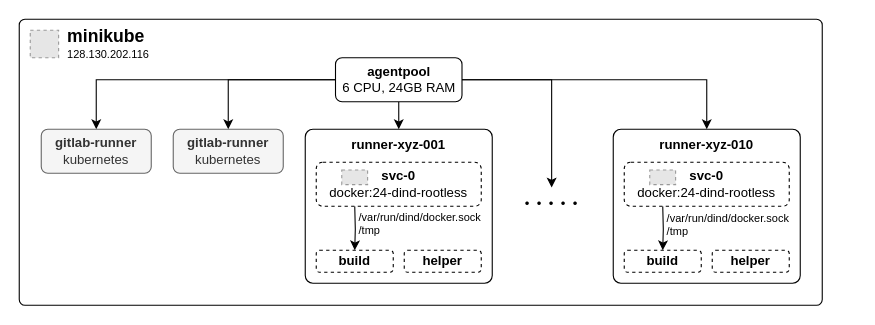
Before: page "Gitlab Runner" (7 of 8) of .docs/images/architecture.drawio in DBRepo-Project/dbrepo, a draw.io diagram. Source tidied: cells renumbered, new cells numbered last; positions are measured from the earlier drawing's top-left corner, leaving out a move shared by most shapes. Both pictures are drawn from the tidied source at 110%, with x=0, y=0 at pixel (19, 19). Pictures stored in the file or linked from it are replaced by grey dashed boxes.
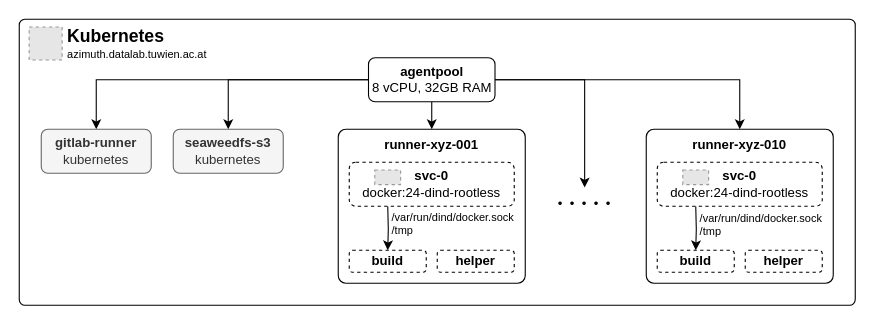
The same diagram, later.

The change refers to these unchanged cells:
```xml
<mxCell id="14" value="&lt;b&gt;runner-xyz-001&lt;/b&gt;" style="rounded=1;whiteSpace=wrap;html=1;verticalAlign=top;arcSize=5;" parent="13" vertex="1">
  <mxGeometry width="170" height="140" as="geometry" />
</mxCell>
```

The edit, as a diff of the source:
```diff
@@
     <mxCell id="2" style="rounded=1;whiteSpace=wrap;html=1;arcSize=2;" parent="1" vertex="1">
-      <mxGeometry width="730" height="260" as="geometry" />
+      <mxGeometry width="760" height="260" as="geometry" />
     </mxCell>
-    <mxCell id="3" value="minikube" style="text;html=1;strokeColor=none;fillColor=none;align=left;verticalAlign=middle;whiteSpace=wrap;rounded=0;fontSize=16;fontStyle=1;" parent="1" vertex="1">
+    <mxCell id="3" value="Kubernetes" style="text;html=1;strokeColor=none;fillColor=none;align=left;verticalAlign=middle;whiteSpace=wrap;rounded=0;fontSize=16;fontStyle=1;" parent="1" vertex="1">
       <mxGeometry x="42" y="10" width="110" height="10" as="geometry" />
     </mxCell>
-    <mxCell id="4" value="&lt;font style=&quot;font-weight: normal; font-size: 10px;&quot;&gt;128.130.202.116&lt;/font&gt;" style="text;html=1;strokeColor=none;fillColor=none;align=left;verticalAlign=middle;whiteSpace=wrap;rounded=0;fontSize=16;fontStyle=1;" parent="1" vertex="1">
+    <mxCell id="4" value="&lt;font style=&quot;font-weight: normal; font-size: 10px;&quot;&gt;azimuth.datalab.tuwien.ac.at&lt;/font&gt;" style="text;html=1;strokeColor=none;fillColor=none;align=left;verticalAlign=middle;whiteSpace=wrap;rounded=0;fontSize=16;fontStyle=1;" parent="1" vertex="1">
       <mxGeometry x="42" y="25" width="110" height="10" as="geometry" />
     </mxCell>
@@
     <mxCell id="7" style="edgeStyle=orthogonalEdgeStyle;rounded=0;jettySize=auto;html=1;exitX=0.5;exitY=1;exitDx=0;exitDy=0;" parent="1" edge="1" source="10" target="14">
       <mxGeometry relative="1" as="geometry">
         <Array as="points">
-          <mxPoint x="345" y="84" />
-          <mxPoint x="345" y="84" />
+          <mxPoint x="375" y="84" />
+          <mxPoint x="375" y="84" />
         </Array>
       </mxGeometry>
     </mxCell>
@@
-    <mxCell id="10" value="&lt;b&gt;agentpool&lt;/b&gt;&lt;br&gt;6 CPU, 24GB RAM" style="rounded=1;whiteSpace=wrap;html=1;" parent="1" vertex="1">
-      <mxGeometry x="287.5" y="35" width="115" height="40" as="geometry" />
+    <mxCell id="10" value="&lt;b&gt;agentpool&lt;/b&gt;&lt;br&gt;8 vCPU, 32GB RAM" style="rounded=1;whiteSpace=wrap;html=1;" parent="1" vertex="1">
+      <mxGeometry x="317.5" y="35" width="115" height="40" as="geometry" />
     </mxCell>
@@
-    <mxCell id="12" value="&lt;b&gt;gitlab-runner&lt;/b&gt;&lt;br&gt;kubernetes" style="rounded=1;whiteSpace=wrap;html=1;fillColor=#f5f5f5;fontColor=#333333;strokeColor=#666666;" parent="1" vertex="1">
+    <mxCell id="12" value="&lt;b&gt;seaweedfs-s3&lt;/b&gt;&lt;br&gt;kubernetes" style="rounded=1;whiteSpace=wrap;html=1;fillColor=#f5f5f5;fontColor=#333333;strokeColor=#666666;" parent="1" vertex="1">
       <mxGeometry x="140" y="100" width="100" height="40" as="geometry" />
     </mxCell>
     <mxCell id="13" style="group;" parent="1" vertex="1">
-      <mxGeometry x="260" y="100" width="170" height="140" as="geometry" />
+      <mxGeometry x="290" y="100" width="170" height="140" as="geometry" />
     </mxCell>
@@
     <mxCell id="21" style="group;" parent="1" vertex="1">
-      <mxGeometry x="540" y="100" width="170" height="140" as="geometry" />
+      <mxGeometry x="570" y="100" width="170" height="140" as="geometry" />
     </mxCell>
@@
     <mxCell id="29" value="•&amp;nbsp;&amp;nbsp;•&amp;nbsp;&amp;nbsp;•&amp;nbsp; •&amp;nbsp;&amp;nbsp;•" style="text;html=1;strokeColor=none;fillColor=none;align=center;verticalAlign=middle;whiteSpace=wrap;rounded=0;" parent="1" vertex="1">
-      <mxGeometry x="454" y="153" width="60" height="30" as="geometry" />
+      <mxGeometry x="484" y="153" width="60" height="30" as="geometry" />
     </mxCell>
-    <mxCell id="30" style="fillColor=#E6E6E6;strokeColor=#999999;dashed=1;verticalLabelPosition=bottom;labelBackgroundColor=default;verticalAlign=top;" parent="1" vertex="1">
-      <mxGeometry x="10" y="10" width="25.8" height="25" as="geometry" />
-    </mxCell>
+    <mxCell id="31" style="fillColor=#E6E6E6;strokeColor=#999999;dashed=1;verticalLabelPosition=bottom;labelBackgroundColor=default;verticalAlign=top;" parent="1" vertex="1">
+      <mxGeometry x="9" y="7" width="30" height="30" as="geometry" />
+    </mxCell>
```
